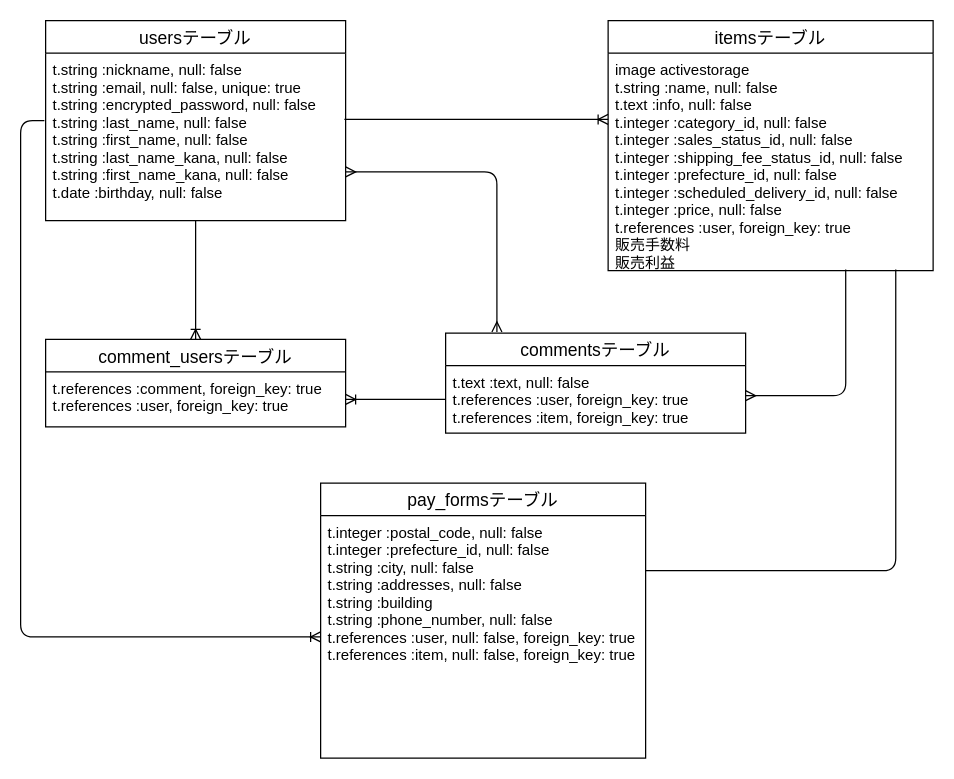
Earlier version of the draw.io diagram er.dio (ASHINA4/furima-35894). Source tidied: cells renumbered, new cells numbered last; positions are measured from the earlier drawing's top-left corner, leaving out a move shared by most shapes. Both pictures are drawn from the tidied source at 125%, with x=0, y=0 at pixel (20, 20).
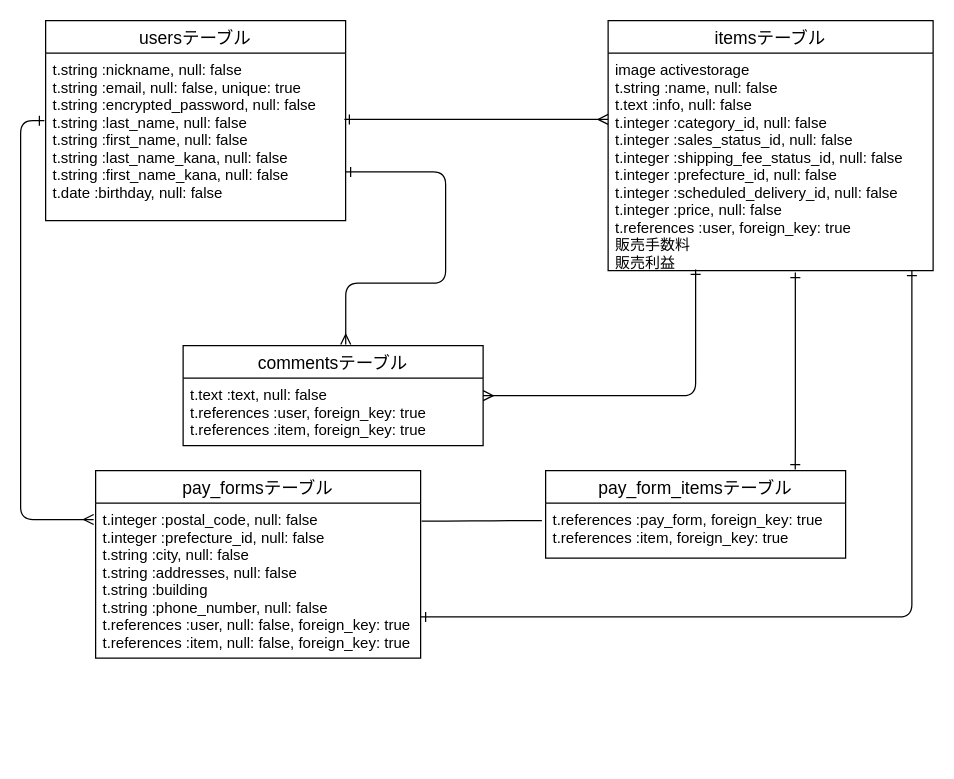
Above is the later version.

Commit message (it also covers changes not shown here):
修正：コードレビュー２回目

Unchanged cells that the change refers to:
```xml
<mxCell id="3" value="t.string :nickname,           null: false&#10;      t.string :email,              null: false, unique: true&#10;      t.string :encrypted_password, null: false&#10;t.string :last_name,          null: false&#10;      t.string :first_name,         null: false&#10;      t.string :last_name_kana,     null: false&#10;      t.string :first_name_kana,    null: false&#10;      t.date :birthday,             null: false&#10;&#10;&#10;&#10;" style="text;strokeColor=none;fillColor=none;spacingLeft=4;spacingRight=4;overflow=hidden;points=[[0,0.5],[1,0.5]];portConstraint=eastwest;fontSize=12;" parent="2" vertex="1">
  <mxGeometry y="26" width="240" height="134" as="geometry" />
</mxCell>
<mxCell id="5" value="image activestorage&#10;t.string :name,           null: false&#10;t.text :info, null: false&#10;t.integer :category_id, null: false&#10;t.integer :sales_status_id, null: false&#10;t.integer :shipping_fee_status_id, null: false&#10;t.integer :prefecture_id, null: false&#10;t.integer :scheduled_delivery_id, null: false&#10;      t.integer :price, null: false&#10;t.references :user, foreign_key: true&#10;販売手数料&#10;販売利益&#10;&#10;&#10;&#10;" style="text;strokeColor=none;fillColor=none;spacingLeft=4;spacingRight=4;overflow=hidden;points=[[0,0.5],[1,0.5]];portConstraint=eastwest;fontSize=12;" parent="4" vertex="1">
  <mxGeometry y="26" width="260" height="174" as="geometry" />
</mxCell>
<mxCell id="9" value="t.text :text,              null: false&#10;t.references :user, foreign_key: true&#10;t.references :item, foreign_key: true&#10;&#10;&#10;" style="text;strokeColor=none;fillColor=none;spacingLeft=4;spacingRight=4;overflow=hidden;points=[[0,0.5],[1,0.5]];portConstraint=eastwest;fontSize=12;" parent="8" vertex="1">
  <mxGeometry y="26" width="240" height="54" as="geometry" />
</mxCell>
```

What changed in the source:
```diff
@@
     <mxCell id="6" value="pay_formsテーブル" style="swimlane;fontStyle=0;horizontal=1;startSize=26;align=center;fontSize=14;" parent="1" vertex="1">
-      <mxGeometry x="240" y="370" width="260" height="220" as="geometry" />
+      <mxGeometry x="60" y="360" width="260" height="150" as="geometry" />
     </mxCell>
     <mxCell id="7" value="t.integer :postal_code, null: false&#10;t.integer :prefecture_id, null: false&#10;t.string :city,          null: false&#10;t.string :addresses,         null: false&#10;      t.string :building&#10;      t.string :phone_number, null: false&#10;t.references :user, null: false, foreign_key: true&#10;t.references :item, null: false, foreign_key: true" style="text;strokeColor=none;fillColor=none;spacingLeft=4;spacingRight=4;overflow=hidden;points=[[0,0.5],[1,0.5]];portConstraint=eastwest;fontSize=12;" parent="6" vertex="1">
-      <mxGeometry y="26" width="260" height="194" as="geometry" />
+      <mxGeometry y="26" width="260" height="124" as="geometry" />
     </mxCell>
     <mxCell id="8" value="commentsテーブル" style="swimlane;fontStyle=0;horizontal=1;startSize=26;align=center;fontSize=14;" parent="1" vertex="1">
-      <mxGeometry x="340" y="250" width="240" height="80" as="geometry" />
+      <mxGeometry x="130" y="260" width="240" height="80" as="geometry" />
     </mxCell>
@@
-    <mxCell id="10" style="edgeStyle=entityRelationEdgeStyle;fontSize=12;html=1;endArrow=ERoneToMany;" parent="1" edge="1">
+    <mxCell id="10" style="edgeStyle=entityRelationEdgeStyle;fontSize=12;html=1;endArrow=ERmany;startArrow=ERone;startFill=0;endFill=0;" parent="1" edge="1">
       <mxGeometry relative="1" as="geometry">
         <mxPoint x="259" y="79" as="sourcePoint" />
         <mxPoint x="470" y="79" as="targetPoint" />
       </mxGeometry>
     </mxCell>
-    <mxCell id="11" style="edgeStyle=orthogonalEdgeStyle;fontSize=12;html=1;endArrow=none;exitX=0.885;exitY=0.995;exitDx=0;exitDy=0;exitPerimeter=0;endFill=0;" parent="1" edge="1" source="5">
-      <mxGeometry relative="1" as="geometry">
-        <mxPoint x="500" y="440" as="targetPoint" />
-        <Array as="points">
-          <mxPoint x="700" y="440" />
-        </Array>
-      </mxGeometry>
-    </mxCell>
-    <mxCell id="12" style="edgeStyle=orthogonalEdgeStyle;fontSize=12;html=1;endArrow=ERmany;exitX=0.731;exitY=0.995;exitDx=0;exitDy=0;exitPerimeter=0;" parent="1" edge="1" source="5">
+    <mxCell id="12" style="edgeStyle=orthogonalEdgeStyle;fontSize=12;html=1;endArrow=ERmany;startArrow=ERone;startFill=0;" parent="1" edge="1">
       <mxGeometry relative="1" as="geometry">
-        <mxPoint x="580" y="300" as="targetPoint" />
+        <mxPoint x="540" y="199" as="sourcePoint" />
+        <mxPoint x="370" y="300" as="targetPoint" />
         <Array as="points">
-          <mxPoint x="660" y="300" />
+          <mxPoint x="540" y="199" />
+          <mxPoint x="540" y="300" />
         </Array>
       </mxGeometry>
     </mxCell>
-    <mxCell id="13" style="edgeStyle=orthogonalEdgeStyle;fontSize=12;html=1;endArrow=ERoneToMany;" parent="1" edge="1" target="7">
+    <mxCell id="13" style="edgeStyle=orthogonalEdgeStyle;fontSize=12;html=1;endArrow=ERmany;endFill=0;startArrow=ERone;startFill=0;entryX=-0.006;entryY=0.106;entryDx=0;entryDy=0;entryPerimeter=0;" parent="1" edge="1" target="7">
       <mxGeometry relative="1" as="geometry">
         <mxPoint x="19" y="80" as="sourcePoint" />
         <Array as="points">
-          <mxPoint x="19" y="80" />
           <mxPoint y="80" />
-          <mxPoint y="493" />
+          <mxPoint y="399" />
         </Array>
       </mxGeometry>
     </mxCell>
-    <mxCell id="14" value="comment_usersテーブル" style="swimlane;fontStyle=0;horizontal=1;startSize=26;align=center;fontSize=14;" parent="1" vertex="1">
-      <mxGeometry x="20" y="255" width="240" height="70" as="geometry" />
-    </mxCell>
-    <mxCell id="15" value="t.references :comment, foreign_key: true&#10;t.references :user, foreign_key: true" style="text;strokeColor=none;fillColor=none;spacingLeft=4;spacingRight=4;overflow=hidden;points=[[0,0.5],[1,0.5]];portConstraint=eastwest;fontSize=12;" parent="14" vertex="1">
-      <mxGeometry y="26" width="240" height="44" as="geometry" />
-    </mxCell>
-    <mxCell id="16" style="edgeStyle=orthogonalEdgeStyle;fontSize=12;html=1;endArrow=ERmany;startArrow=ERmany;exitX=1;exitY=0.709;exitDx=0;exitDy=0;exitPerimeter=0;entryX=0.171;entryY=-0.012;entryDx=0;entryDy=0;entryPerimeter=0;" parent="1" edge="1" source="3" target="8">
-      <mxGeometry relative="1" as="geometry" />
+    <mxCell id="16" style="edgeStyle=orthogonalEdgeStyle;fontSize=12;html=1;endArrow=ERmany;startArrow=ERone;exitX=1;exitY=0.709;exitDx=0;exitDy=0;exitPerimeter=0;entryX=0.542;entryY=-0.012;entryDx=0;entryDy=0;entryPerimeter=0;startFill=0;" parent="1" edge="1" source="3" target="8">
+      <mxGeometry relative="1" as="geometry">
+        <Array as="points">
+          <mxPoint x="340" y="121" />
+          <mxPoint x="340" y="210" />
+          <mxPoint x="260" y="210" />
+        </Array>
+      </mxGeometry>
     </mxCell>
-    <mxCell id="17" style="fontSize=12;html=1;endArrow=ERoneToMany;entryX=0.5;entryY=0;entryDx=0;entryDy=0;" parent="1" edge="1" target="14">
-      <mxGeometry relative="1" as="geometry">
-        <mxPoint x="140" y="160" as="sourcePoint" />
-      </mxGeometry>
-    </mxCell>
-    <mxCell id="18" style="fontSize=12;html=1;endArrow=ERoneToMany;exitX=0;exitY=0.5;exitDx=0;exitDy=0;entryX=1;entryY=0.5;entryDx=0;entryDy=0;" parent="1" edge="1" source="9" target="15">
-      <mxGeometry relative="1" as="geometry" />
-    </mxCell>
+    <mxCell id="19" value="pay_form_itemsテーブル" style="swimlane;fontStyle=0;horizontal=1;startSize=26;align=center;fontSize=14;" parent="1" vertex="1">
+      <mxGeometry x="420" y="360" width="240" height="70" as="geometry" />
+    </mxCell>
+    <mxCell id="20" value="t.references :pay_form, foreign_key: true&#10;t.references :item, foreign_key: true" style="text;strokeColor=none;fillColor=none;spacingLeft=4;spacingRight=4;overflow=hidden;fontSize=12;" parent="19" vertex="1">
+      <mxGeometry y="26" width="240" height="44" as="geometry" />
+    </mxCell>
+    <mxCell id="21" style="edgeStyle=entityRelationEdgeStyle;fontSize=12;html=1;endArrow=none;endFill=0;exitX=1.003;exitY=0.116;exitDx=0;exitDy=0;exitPerimeter=0;" parent="1" edge="1" source="7">
+      <mxGeometry relative="1" as="geometry">
+        <mxPoint x="417" y="400" as="targetPoint" />
+      </mxGeometry>
+    </mxCell>
+    <mxCell id="22" style="edgeStyle=orthogonalEdgeStyle;fontSize=12;html=1;endArrow=ERone;endFill=0;exitX=0.576;exitY=1.009;exitDx=0;exitDy=0;exitPerimeter=0;entryX=0.832;entryY=-0.012;entryDx=0;entryDy=0;entryPerimeter=0;startArrow=ERone;startFill=0;" parent="1" edge="1" source="5" target="19">
+      <mxGeometry relative="1" as="geometry">
+        <Array as="points">
+          <mxPoint x="620" y="340" />
+          <mxPoint x="620" y="340" />
+        </Array>
+      </mxGeometry>
+    </mxCell>
+    <mxCell id="23" style="edgeStyle=orthogonalEdgeStyle;fontSize=12;html=1;endArrow=ERone;endFill=1;startArrow=ERone;startFill=0;" parent="1" edge="1">
+      <mxGeometry relative="1" as="geometry">
+        <mxPoint x="320" y="477" as="sourcePoint" />
+        <mxPoint x="713" y="200" as="targetPoint" />
+        <Array as="points">
+          <mxPoint x="713" y="477" />
+        </Array>
+      </mxGeometry>
+    </mxCell>
```
